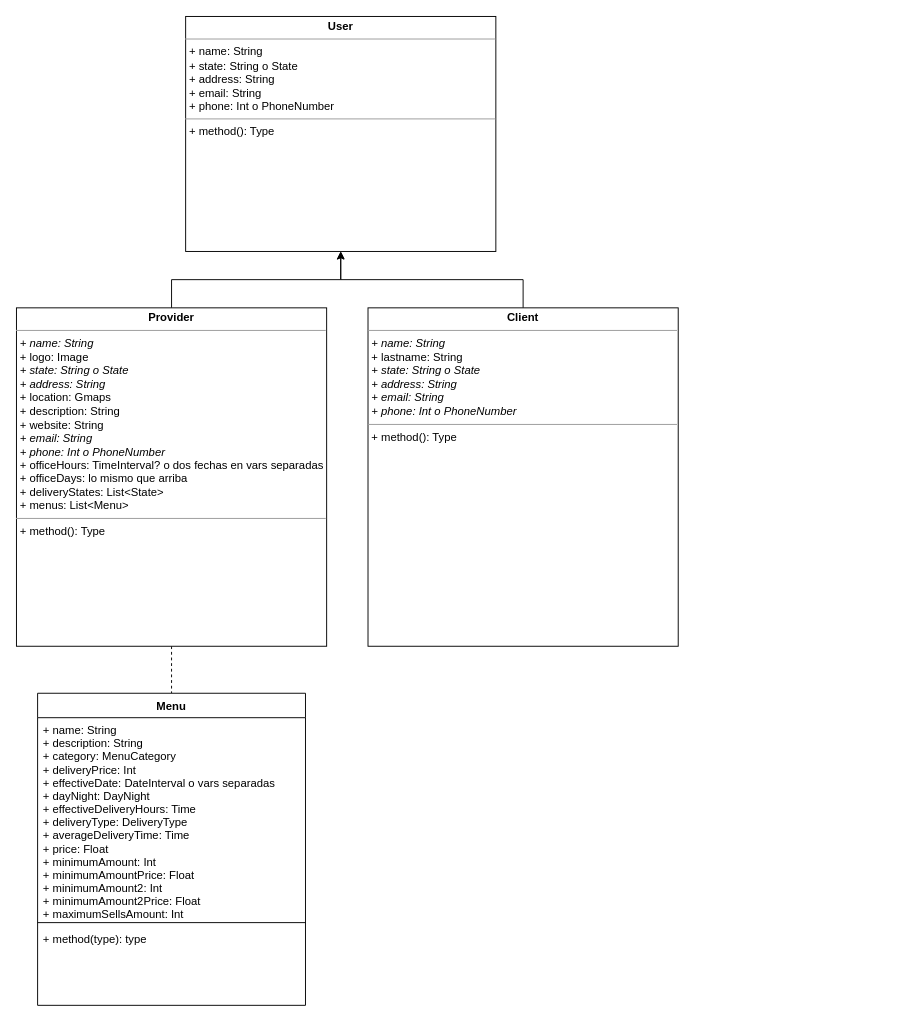
Earlier version of the draw.io diagram ViandasYa.drawio (HurrellT/Grupo-C1I-022019). Source tidied: cells renumbered, new cells numbered last; positions are measured from the earlier drawing's top-left corner, leaving out a move shared by most shapes. Both pictures are drawn from the tidied source at 94%, with x=0, y=0 at pixel (16, 16).
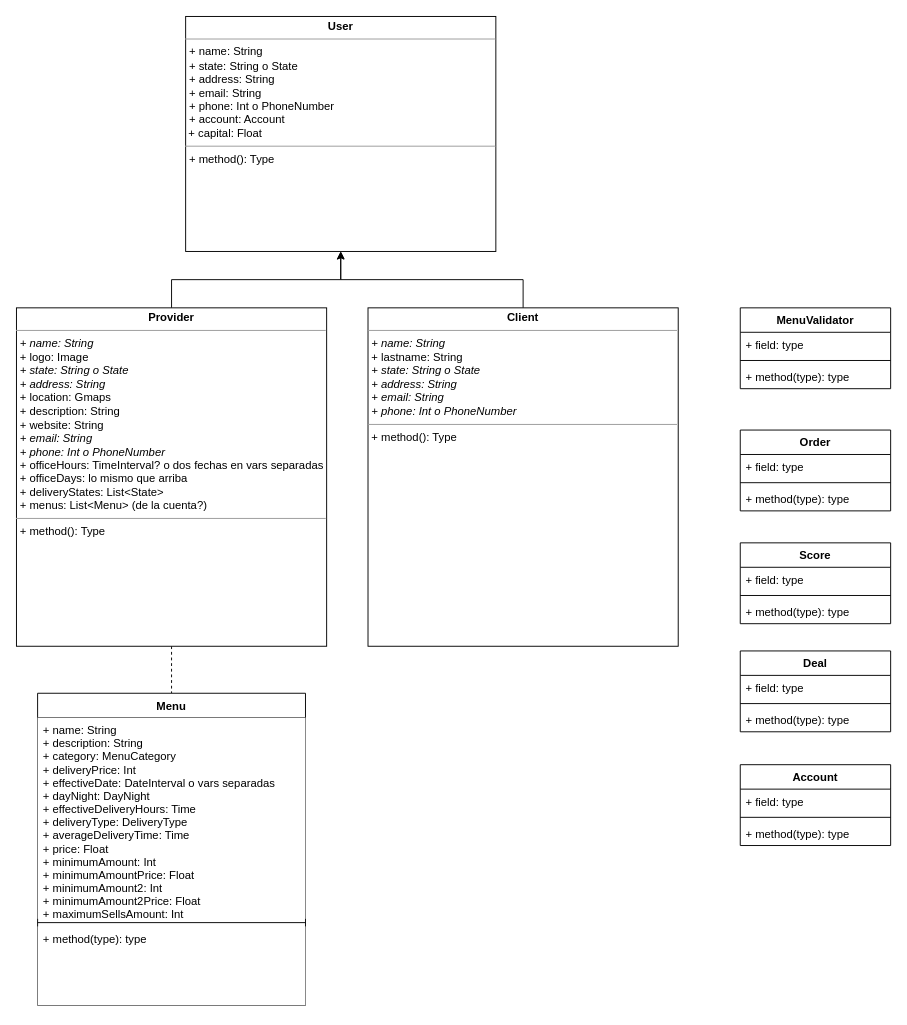
The same diagram, later.

The change refers to these unchanged cells:
```xml
<mxCell id="8" value="Menu" style="swimlane;fontStyle=1;align=center;verticalAlign=top;horizontal=1;startSize=26;" parent="1" vertex="1">
  <mxGeometry x="22.5" y="720" width="285" height="332" as="geometry" />
</mxCell>
```

The edit, as a diff of the source:
```diff
@@
-    <mxCell id="4" value="&lt;p style=&quot;margin: 0px ; margin-top: 4px ; text-align: center&quot;&gt;&lt;b&gt;Provider&lt;/b&gt;&lt;/p&gt;&lt;hr size=&quot;1&quot;&gt;&lt;p style=&quot;margin: 0px ; margin-left: 4px&quot;&gt;&lt;i&gt;+ name: String&lt;/i&gt;&lt;/p&gt;&lt;p style=&quot;margin: 0px ; margin-left: 4px&quot;&gt;+ logo: Image&lt;/p&gt;&lt;p style=&quot;margin: 0px ; margin-left: 4px&quot;&gt;&lt;i&gt;+ state: String o State&lt;/i&gt;&lt;/p&gt;&lt;p style=&quot;margin: 0px ; margin-left: 4px&quot;&gt;&lt;i&gt;+ address: String&lt;/i&gt;&lt;/p&gt;&lt;p style=&quot;margin: 0px ; margin-left: 4px&quot;&gt;+ location: Gmaps&lt;/p&gt;&lt;p style=&quot;margin: 0px ; margin-left: 4px&quot;&gt;+ description: String&lt;/p&gt;&lt;p style=&quot;margin: 0px ; margin-left: 4px&quot;&gt;+ website: String&lt;/p&gt;&lt;p style=&quot;margin: 0px ; margin-left: 4px&quot;&gt;&lt;i&gt;+ email: String&lt;/i&gt;&lt;/p&gt;&lt;p style=&quot;margin: 0px ; margin-left: 4px&quot;&gt;&lt;i&gt;+ phone: Int o PhoneNumber&lt;/i&gt;&lt;/p&gt;&lt;p style=&quot;margin: 0px ; margin-left: 4px&quot;&gt;+ officeHours: TimeInterval? o dos fechas en vars separadas&lt;/p&gt;&lt;p style=&quot;margin: 0px ; margin-left: 4px&quot;&gt;+ officeDays: lo mismo que arriba&lt;/p&gt;&lt;p style=&quot;margin: 0px ; margin-left: 4px&quot;&gt;+ deliveryStates: List&amp;lt;State&amp;gt;&lt;/p&gt;&lt;p style=&quot;margin: 0px ; margin-left: 4px&quot;&gt;+ menus: List&amp;lt;Menu&amp;gt;&lt;/p&gt;&lt;hr size=&quot;1&quot;&gt;&lt;p style=&quot;margin: 0px ; margin-left: 4px&quot;&gt;+ method(): Type&lt;/p&gt;" style="verticalAlign=top;align=left;overflow=fill;fontSize=12;fontFamily=Helvetica;html=1;" parent="1" vertex="1">
+    <mxCell id="4" value="&lt;p style=&quot;margin: 0px ; margin-top: 4px ; text-align: center&quot;&gt;&lt;b&gt;Provider&lt;/b&gt;&lt;/p&gt;&lt;hr size=&quot;1&quot;&gt;&lt;p style=&quot;margin: 0px ; margin-left: 4px&quot;&gt;&lt;i&gt;+ name: String&lt;/i&gt;&lt;/p&gt;&lt;p style=&quot;margin: 0px ; margin-left: 4px&quot;&gt;+ logo: Image&lt;/p&gt;&lt;p style=&quot;margin: 0px ; margin-left: 4px&quot;&gt;&lt;i&gt;+ state: String o State&lt;/i&gt;&lt;/p&gt;&lt;p style=&quot;margin: 0px ; margin-left: 4px&quot;&gt;&lt;i&gt;+ address: String&lt;/i&gt;&lt;/p&gt;&lt;p style=&quot;margin: 0px ; margin-left: 4px&quot;&gt;+ location: Gmaps&lt;/p&gt;&lt;p style=&quot;margin: 0px ; margin-left: 4px&quot;&gt;+ description: String&lt;/p&gt;&lt;p style=&quot;margin: 0px ; margin-left: 4px&quot;&gt;+ website: String&lt;/p&gt;&lt;p style=&quot;margin: 0px ; margin-left: 4px&quot;&gt;&lt;i&gt;+ email: String&lt;/i&gt;&lt;/p&gt;&lt;p style=&quot;margin: 0px ; margin-left: 4px&quot;&gt;&lt;i&gt;+ phone: Int o PhoneNumber&lt;/i&gt;&lt;/p&gt;&lt;p style=&quot;margin: 0px ; margin-left: 4px&quot;&gt;+ officeHours: TimeInterval? o dos fechas en vars separadas&lt;/p&gt;&lt;p style=&quot;margin: 0px ; margin-left: 4px&quot;&gt;+ officeDays: lo mismo que arriba&lt;/p&gt;&lt;p style=&quot;margin: 0px ; margin-left: 4px&quot;&gt;+ deliveryStates: List&amp;lt;State&amp;gt;&lt;/p&gt;&lt;p style=&quot;margin: 0px ; margin-left: 4px&quot;&gt;+ menus: List&amp;lt;Menu&amp;gt; (de la cuenta?)&lt;/p&gt;&lt;hr size=&quot;1&quot;&gt;&lt;p style=&quot;margin: 0px ; margin-left: 4px&quot;&gt;+ method(): Type&lt;/p&gt;" style="verticalAlign=top;align=left;overflow=fill;fontSize=12;fontFamily=Helvetica;html=1;" parent="1" vertex="1">
       <mxGeometry y="310" width="330" height="360" as="geometry" />
     </mxCell>
@@
-    <mxCell id="7" value="&lt;p style=&quot;margin: 0px ; margin-top: 4px ; text-align: center&quot;&gt;&lt;b&gt;User&lt;/b&gt;&lt;/p&gt;&lt;hr size=&quot;1&quot;&gt;&lt;p style=&quot;margin: 0px ; margin-left: 4px&quot;&gt;+ name: String&lt;/p&gt;&lt;p style=&quot;margin: 0px ; margin-left: 4px&quot;&gt;&lt;span&gt;+ state: String o State&lt;/span&gt;&lt;/p&gt;&lt;p style=&quot;margin: 0px ; margin-left: 4px&quot;&gt;+ address: String&lt;/p&gt;&lt;p style=&quot;margin: 0px ; margin-left: 4px&quot;&gt;&lt;span&gt;+ email: String&lt;/span&gt;&lt;br&gt;&lt;/p&gt;&lt;p style=&quot;margin: 0px ; margin-left: 4px&quot;&gt;+ phone: Int o PhoneNumber&lt;br&gt;&lt;/p&gt;&lt;hr size=&quot;1&quot;&gt;&lt;p style=&quot;margin: 0px ; margin-left: 4px&quot;&gt;+ method(): Type&lt;/p&gt;" style="verticalAlign=top;align=left;overflow=fill;fontSize=12;fontFamily=Helvetica;html=1;" parent="1" vertex="1">
+    <mxCell id="7" value="&lt;p style=&quot;margin: 0px ; margin-top: 4px ; text-align: center&quot;&gt;&lt;b&gt;User&lt;/b&gt;&lt;/p&gt;&lt;hr size=&quot;1&quot;&gt;&lt;p style=&quot;margin: 0px ; margin-left: 4px&quot;&gt;+ name: String&lt;/p&gt;&lt;p style=&quot;margin: 0px ; margin-left: 4px&quot;&gt;&lt;span&gt;+ state: String o State&lt;/span&gt;&lt;/p&gt;&lt;p style=&quot;margin: 0px ; margin-left: 4px&quot;&gt;+ address: String&lt;/p&gt;&lt;p style=&quot;margin: 0px ; margin-left: 4px&quot;&gt;&lt;span&gt;+ email: String&lt;/span&gt;&lt;br&gt;&lt;/p&gt;&lt;p style=&quot;margin: 0px ; margin-left: 4px&quot;&gt;+ phone: Int o PhoneNumber&lt;br&gt;&lt;/p&gt;&lt;p style=&quot;margin: 0px ; margin-left: 4px&quot;&gt;+ account: Account&lt;/p&gt;&amp;nbsp;+ capital: Float&lt;br&gt;&lt;hr size=&quot;1&quot;&gt;&lt;p style=&quot;margin: 0px ; margin-left: 4px&quot;&gt;+ method(): Type&lt;/p&gt;" style="verticalAlign=top;align=left;overflow=fill;fontSize=12;fontFamily=Helvetica;html=1;" parent="1" vertex="1">
       <mxGeometry x="180" width="330" height="250" as="geometry" />
     </mxCell>
@@
-    <mxCell id="9" value="+ name: String&#10;+ description: String&#10;+ category: MenuCategory&#10;+ deliveryPrice: Int&#10;+ effectiveDate: DateInterval o vars separadas&#10;+ dayNight: DayNight&#10;+ effectiveDeliveryHours: Time&#10;+ deliveryType: DeliveryType&#10;+ averageDeliveryTime: Time&#10;+ price: Float&#10;+ minimumAmount: Int&#10;+ minimumAmountPrice: Float&#10;+ minimumAmount2: Int&#10;+ minimumAmount2Price: Float&#10;+ maximumSellsAmount: Int" style="text;strokeColor=none;fillColor=none;align=left;verticalAlign=top;spacingLeft=4;spacingRight=4;overflow=hidden;" parent="8" vertex="1">
+    <mxCell id="9" value="+ name: String&#10;+ description: String&#10;+ category: MenuCategory&#10;+ deliveryPrice: Int&#10;+ effectiveDate: DateInterval o vars separadas&#10;+ dayNight: DayNight&#10;+ effectiveDeliveryHours: Time&#10;+ deliveryType: DeliveryType&#10;+ averageDeliveryTime: Time&#10;+ price: Float&#10;+ minimumAmount: Int&#10;+ minimumAmountPrice: Float&#10;+ minimumAmount2: Int&#10;+ minimumAmount2Price: Float&#10;+ maximumSellsAmount: Int" style="text;strokeColor=none;fillColor=#ffffff;align=left;verticalAlign=top;spacingLeft=4;spacingRight=4;overflow=hidden;" parent="8" vertex="1">
       <mxGeometry y="26" width="285" height="214" as="geometry" />
     </mxCell>
@@
-    <mxCell id="11" value="+ method(type): type" style="text;strokeColor=none;fillColor=none;align=left;verticalAlign=top;spacingLeft=4;spacingRight=4;overflow=hidden;" parent="8" vertex="1">
+    <mxCell id="11" value="+ method(type): type" style="text;strokeColor=none;fillColor=#ffffff;align=left;verticalAlign=top;spacingLeft=4;spacingRight=4;overflow=hidden;" parent="8" vertex="1">
       <mxGeometry y="248" width="285" height="84" as="geometry" />
     </mxCell>
+    <mxCell id="12" value="MenuValidator" style="swimlane;fontStyle=1;align=center;verticalAlign=top;horizontal=1;startSize=26;fillColor=#ffffff;" parent="1" vertex="1">
+      <mxGeometry x="770" y="310" width="160" height="86" as="geometry" />
+    </mxCell>
+    <mxCell id="13" value="+ field: type" style="text;strokeColor=none;fillColor=none;align=left;verticalAlign=top;spacingLeft=4;spacingRight=4;overflow=hidden;" parent="12" vertex="1">
+      <mxGeometry y="26" width="160" height="26" as="geometry" />
+    </mxCell>
+    <mxCell id="14" style="line;strokeWidth=1;fillColor=none;align=left;verticalAlign=middle;spacingTop=-1;spacingLeft=3;spacingRight=3;labelPosition=right;" parent="12" vertex="1">
+      <mxGeometry y="52" width="160" height="8" as="geometry" />
+    </mxCell>
+    <mxCell id="15" value="+ method(type): type" style="text;strokeColor=none;fillColor=none;align=left;verticalAlign=top;spacingLeft=4;spacingRight=4;overflow=hidden;" parent="12" vertex="1">
+      <mxGeometry y="60" width="160" height="26" as="geometry" />
+    </mxCell>
+    <mxCell id="16" value="Order" style="swimlane;fontStyle=1;align=center;verticalAlign=top;horizontal=1;startSize=26;fillColor=#ffffff;" parent="1" vertex="1">
+      <mxGeometry x="770" y="440" width="160" height="86" as="geometry" />
+    </mxCell>
+    <mxCell id="17" value="+ field: type" style="text;strokeColor=none;fillColor=none;align=left;verticalAlign=top;spacingLeft=4;spacingRight=4;overflow=hidden;" parent="16" vertex="1">
+      <mxGeometry y="26" width="160" height="26" as="geometry" />
+    </mxCell>
+    <mxCell id="18" style="line;strokeWidth=1;fillColor=none;align=left;verticalAlign=middle;spacingTop=-1;spacingLeft=3;spacingRight=3;labelPosition=right;" parent="16" vertex="1">
+      <mxGeometry y="52" width="160" height="8" as="geometry" />
+    </mxCell>
+    <mxCell id="19" value="+ method(type): type" style="text;strokeColor=none;fillColor=none;align=left;verticalAlign=top;spacingLeft=4;spacingRight=4;overflow=hidden;" parent="16" vertex="1">
+      <mxGeometry y="60" width="160" height="26" as="geometry" />
+    </mxCell>
+    <mxCell id="20" value="Score" style="swimlane;fontStyle=1;align=center;verticalAlign=top;horizontal=1;startSize=26;fillColor=#ffffff;" parent="1" vertex="1">
+      <mxGeometry x="770" y="560" width="160" height="86" as="geometry" />
+    </mxCell>
+    <mxCell id="21" value="+ field: type" style="text;strokeColor=none;fillColor=none;align=left;verticalAlign=top;spacingLeft=4;spacingRight=4;overflow=hidden;" parent="20" vertex="1">
+      <mxGeometry y="26" width="160" height="26" as="geometry" />
+    </mxCell>
+    <mxCell id="22" style="line;strokeWidth=1;fillColor=none;align=left;verticalAlign=middle;spacingTop=-1;spacingLeft=3;spacingRight=3;labelPosition=right;" parent="20" vertex="1">
+      <mxGeometry y="52" width="160" height="8" as="geometry" />
+    </mxCell>
+    <mxCell id="23" value="+ method(type): type" style="text;strokeColor=none;fillColor=none;align=left;verticalAlign=top;spacingLeft=4;spacingRight=4;overflow=hidden;" parent="20" vertex="1">
+      <mxGeometry y="60" width="160" height="26" as="geometry" />
+    </mxCell>
+    <mxCell id="24" value="Deal" style="swimlane;fontStyle=1;align=center;verticalAlign=top;horizontal=1;startSize=26;fillColor=#ffffff;" parent="1" vertex="1">
+      <mxGeometry x="770" y="675" width="160" height="86" as="geometry" />
+    </mxCell>
+    <mxCell id="25" value="+ field: type" style="text;strokeColor=none;fillColor=none;align=left;verticalAlign=top;spacingLeft=4;spacingRight=4;overflow=hidden;" parent="24" vertex="1">
+      <mxGeometry y="26" width="160" height="26" as="geometry" />
+    </mxCell>
+    <mxCell id="26" style="line;strokeWidth=1;fillColor=none;align=left;verticalAlign=middle;spacingTop=-1;spacingLeft=3;spacingRight=3;labelPosition=right;" parent="24" vertex="1">
+      <mxGeometry y="52" width="160" height="8" as="geometry" />
+    </mxCell>
+    <mxCell id="27" value="+ method(type): type" style="text;strokeColor=none;fillColor=none;align=left;verticalAlign=top;spacingLeft=4;spacingRight=4;overflow=hidden;" parent="24" vertex="1">
+      <mxGeometry y="60" width="160" height="26" as="geometry" />
+    </mxCell>
+    <mxCell id="28" value="Account" style="swimlane;fontStyle=1;align=center;verticalAlign=top;horizontal=1;startSize=26;fillColor=#ffffff;" parent="1" vertex="1">
+      <mxGeometry x="770" y="796" width="160" height="86" as="geometry" />
+    </mxCell>
+    <mxCell id="29" value="+ field: type" style="text;strokeColor=none;fillColor=none;align=left;verticalAlign=top;spacingLeft=4;spacingRight=4;overflow=hidden;" parent="28" vertex="1">
+      <mxGeometry y="26" width="160" height="26" as="geometry" />
+    </mxCell>
+    <mxCell id="30" style="line;strokeWidth=1;fillColor=none;align=left;verticalAlign=middle;spacingTop=-1;spacingLeft=3;spacingRight=3;labelPosition=right;" parent="28" vertex="1">
+      <mxGeometry y="52" width="160" height="8" as="geometry" />
+    </mxCell>
+    <mxCell id="31" value="+ method(type): type" style="text;strokeColor=none;fillColor=none;align=left;verticalAlign=top;spacingLeft=4;spacingRight=4;overflow=hidden;" parent="28" vertex="1">
+      <mxGeometry y="60" width="160" height="26" as="geometry" />
+    </mxCell>
```
